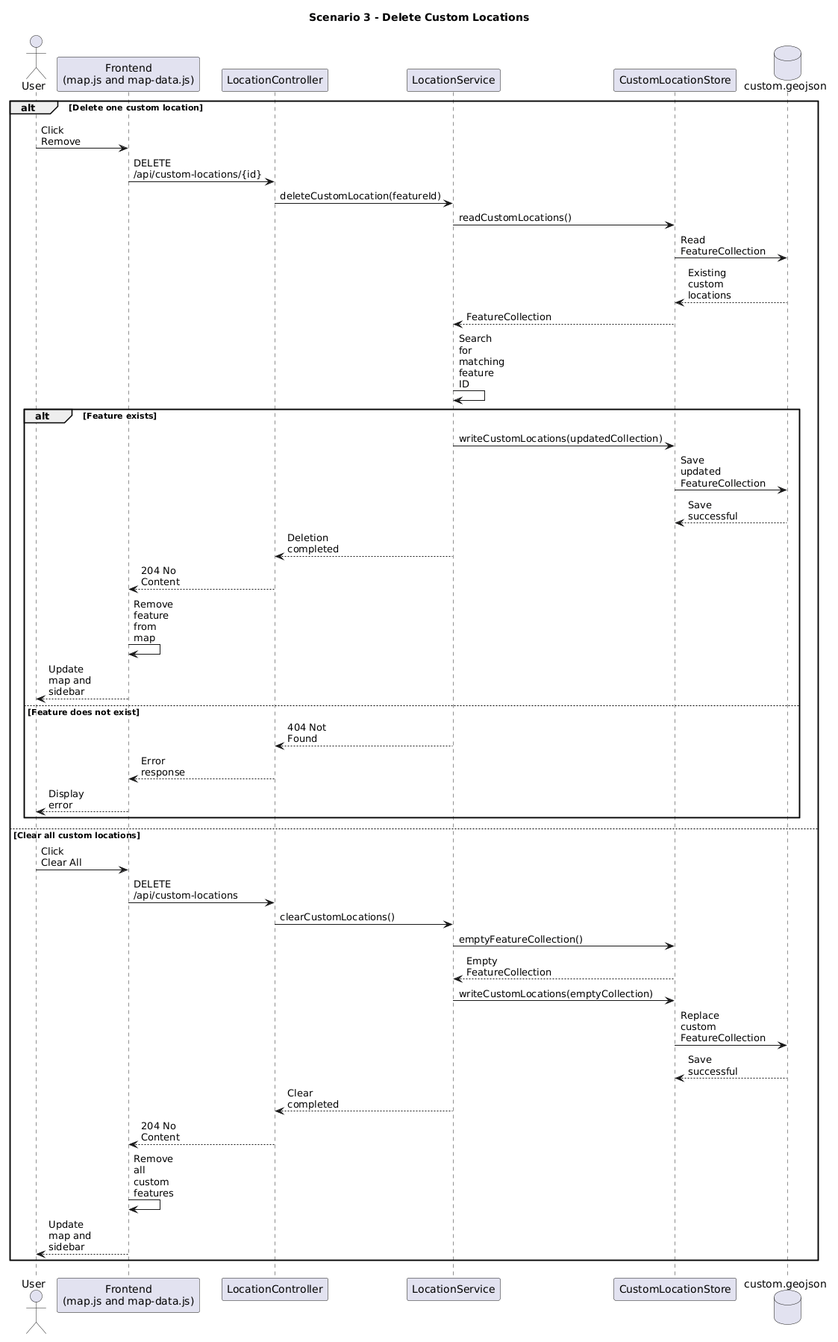
This is diagrams/sequence-diagram-scenario-3.png from BerkayySimsekk/MilSOFT-Bilkent-Campus-Explorer, a PlantUML export, as it was before one commit. Source of this version:
```plantuml
@startuml
title Scenario 3 - Delete Custom Locations

skinparam shadowing false
skinparam maxMessageSize 60

actor User
participant "Frontend\n(map.js and map-data.js)" as Frontend
participant LocationController as Controller
participant LocationService as LocationService
participant CustomLocationStore as Store
database "custom.geojson" as File

alt Delete one custom location

    User -> Frontend: Click Remove
    Frontend -> Controller: DELETE /api/custom-locations/{id}
    Controller -> LocationService: deleteCustomLocation(featureId)

    LocationService -> Store: readCustomLocations()
    Store -> File: Read FeatureCollection
    File --> Store: Existing custom locations
    Store --> LocationService: FeatureCollection

    LocationService -> LocationService: Search for matching feature ID

    alt Feature exists
        LocationService -> Store: writeCustomLocations(updatedCollection)
        Store -> File: Save updated FeatureCollection
        File --> Store: Save successful
        LocationService --> Controller: Deletion completed
        Controller --> Frontend: 204 No Content
        Frontend -> Frontend: Remove feature from map
        Frontend --> User: Update map and sidebar
    else Feature does not exist
        LocationService --> Controller: 404 Not Found
        Controller --> Frontend: Error response
        Frontend --> User: Display error
    end

else Clear all custom locations

    User -> Frontend: Click Clear All
    Frontend -> Controller: DELETE /api/custom-locations
    Controller -> LocationService: clearCustomLocations()

    LocationService -> Store: emptyFeatureCollection()
    Store --> LocationService: Empty FeatureCollection

    LocationService -> Store: writeCustomLocations(emptyCollection)
    Store -> File: Replace custom FeatureCollection
    File --> Store: Save successful

    LocationService --> Controller: Clear completed
    Controller --> Frontend: 204 No Content
    Frontend -> Frontend: Remove all custom features
    Frontend --> User: Update map and sidebar

end
@enduml
```
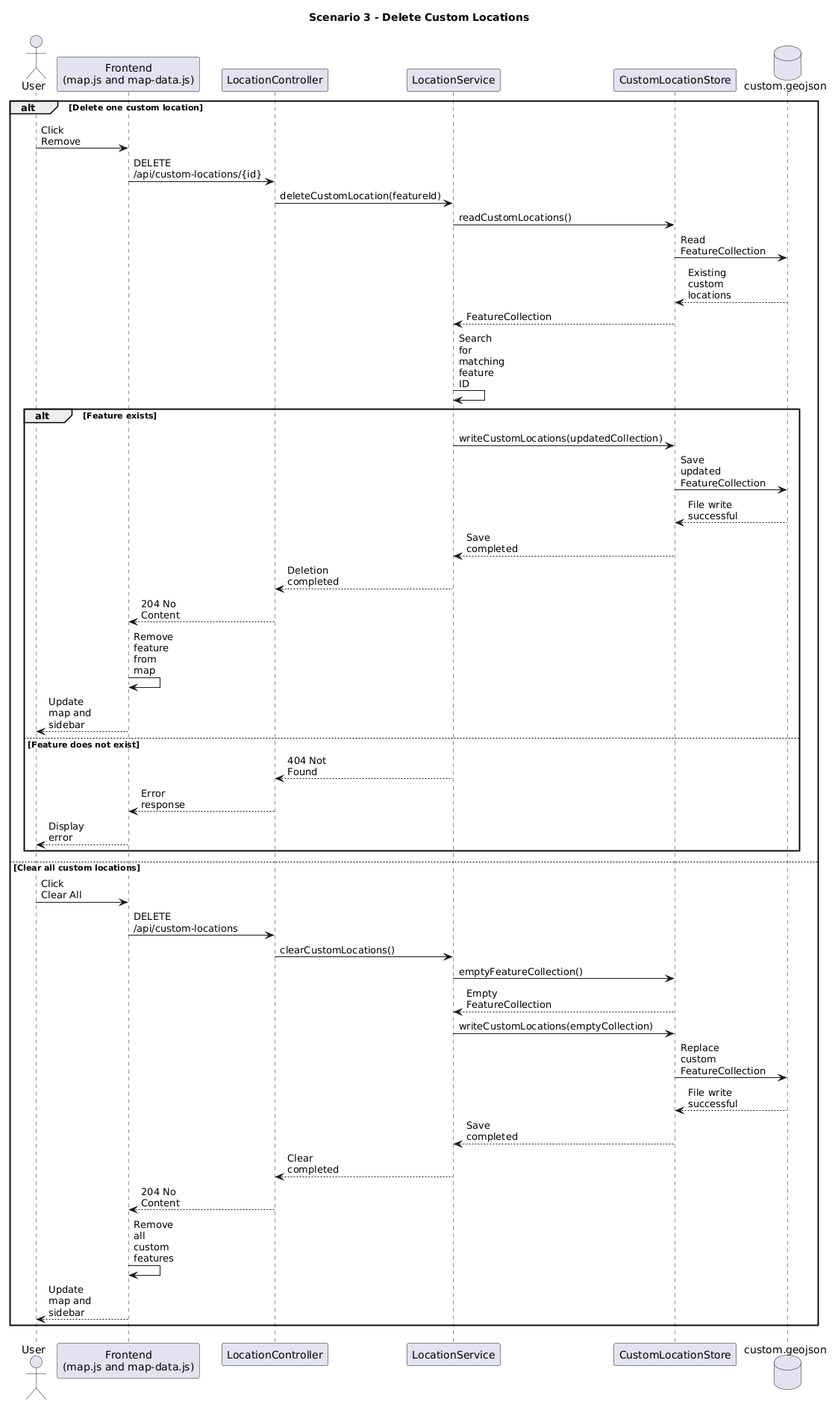
Above is the later version.

Change to the diagram source:
```diff
@@ -27,7 +27,8 @@
     alt Feature exists
         LocationService -> Store: writeCustomLocations(updatedCollection)
         Store -> File: Save updated FeatureCollection
-        File --> Store: Save successful
+        File --> Store: File write successful
+        Store --> LocationService: Save completed
         LocationService --> Controller: Deletion completed
         Controller --> Frontend: 204 No Content
         Frontend -> Frontend: Remove feature from map
@@ -49,7 +50,8 @@
 
     LocationService -> Store: writeCustomLocations(emptyCollection)
     Store -> File: Replace custom FeatureCollection
-    File --> Store: Save successful
+    File --> Store: File write successful
+    Store --> LocationService: Save completed
 
     LocationService --> Controller: Clear completed
     Controller --> Frontend: 204 No Content
```
